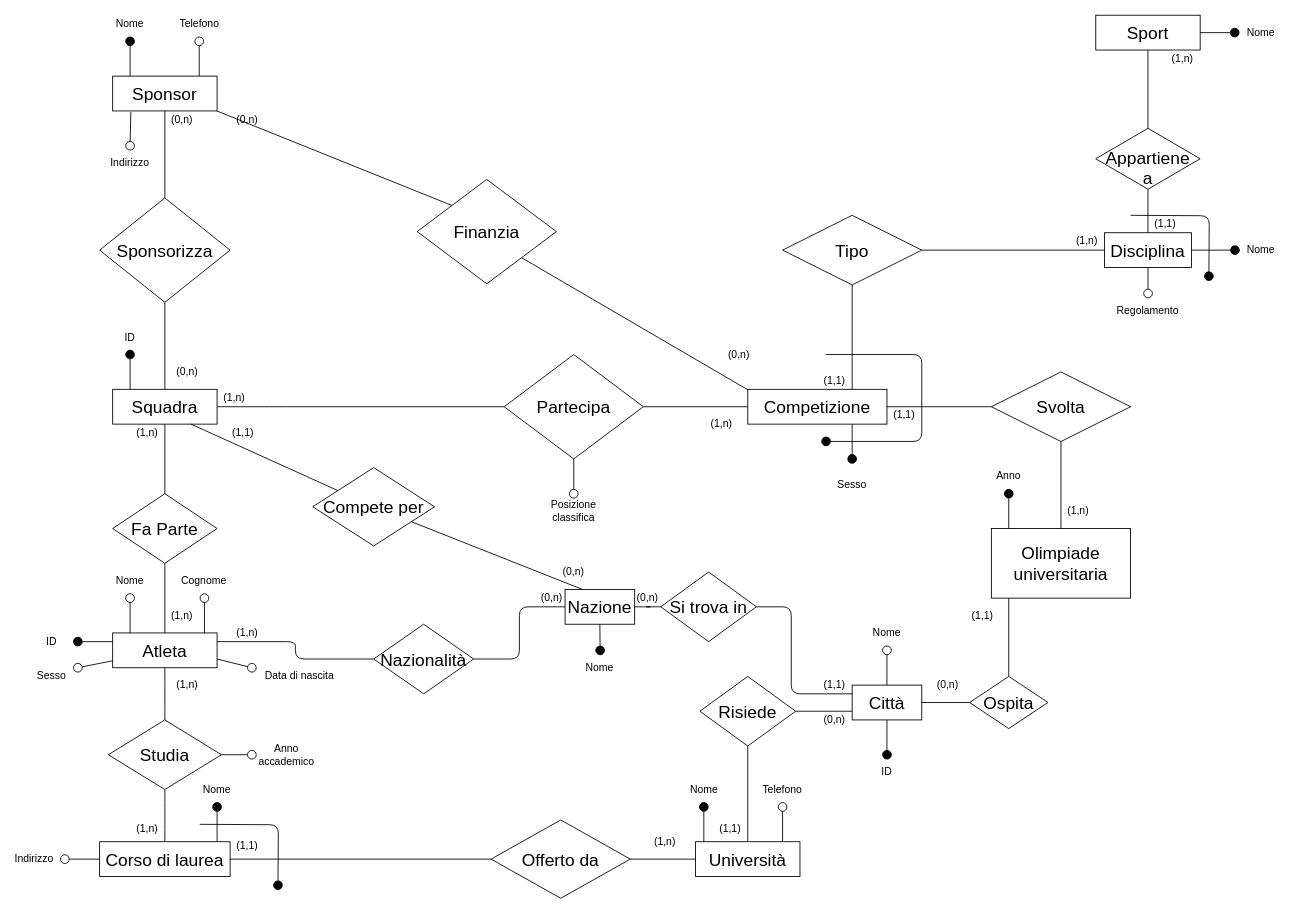
Above: page "Schema E-R ristrutturato" (1 of 7) of Olimpiadi studentesche.drawio in giovannivelludo/database-project (draw.io), before the change. Source tidied: cells renumbered, new cells numbered last; positions are measured from the earlier drawing's top-left corner, leaving out a move shared by most shapes. Both pictures are drawn from the tidied source at 87%, with x=0, y=0 at pixel (17, 15).
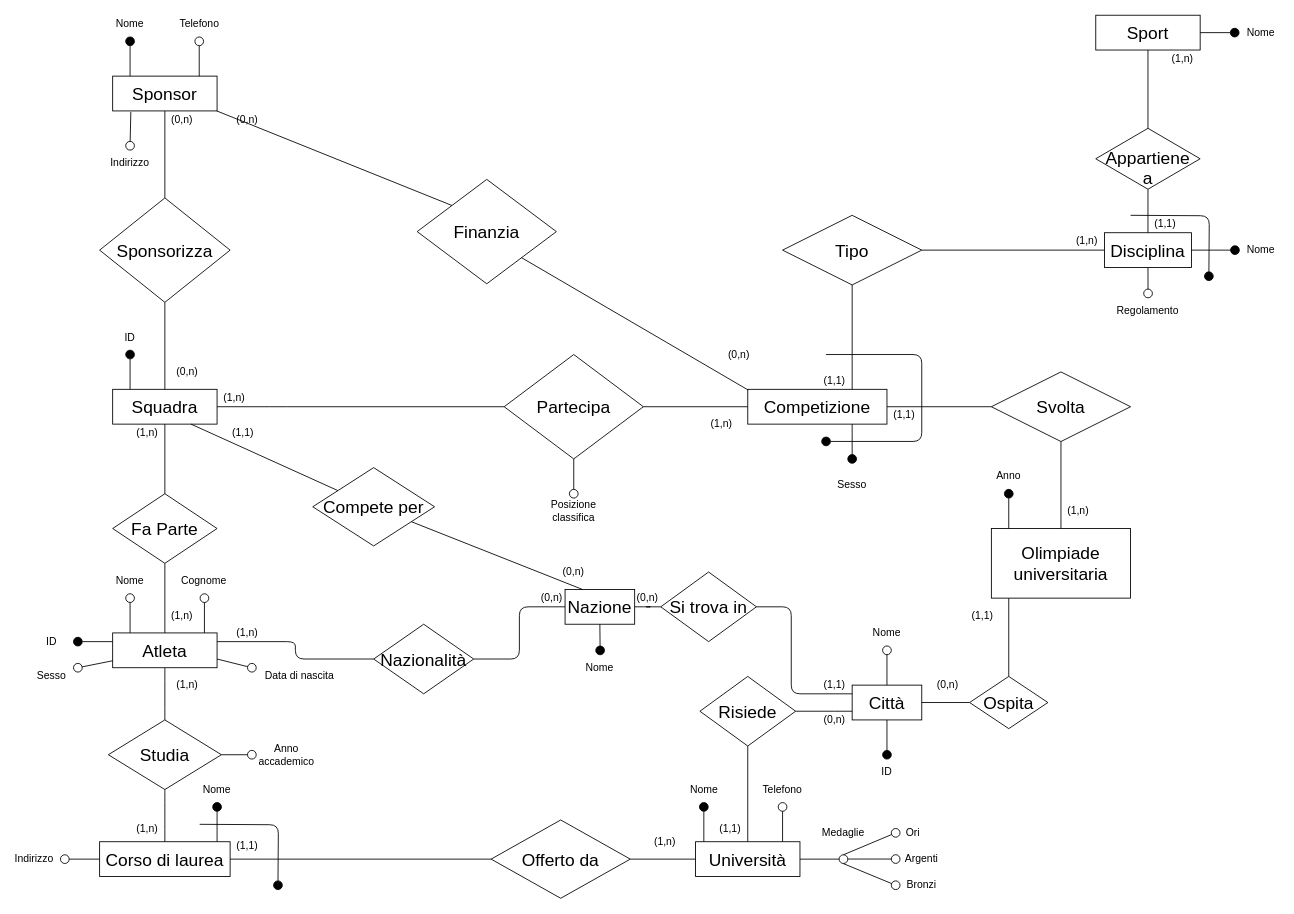
The same page after the edit.

Unchanged cells that the change refers to:
```xml
<mxCell id="23" value="Università" style="rounded=0;whiteSpace=wrap;html=1;fontSize=20;fillColor=none;" parent="1" vertex="1">
  <mxGeometry x="780" y="950" width="120" height="40" as="geometry" />
</mxCell>
```

Diff of the diagram source:
```diff
@@
+    <mxCell id="132" style="edgeStyle=none;rounded=0;jettySize=auto;html=1;exitX=1;exitY=0.5;exitDx=0;exitDy=0;startSize=10;endArrow=oval;endFill=0;endSize=10;" parent="1" edge="1" source="23">
+      <mxGeometry relative="1" as="geometry">
+        <mxPoint x="950" y="970" as="targetPoint" />
+      </mxGeometry>
+    </mxCell>
@@
+    <mxCell id="133" style="edgeStyle=none;rounded=0;orthogonalLoop=1;jettySize=auto;html=1;startSize=10;endArrow=oval;endFill=0;endSize=10;" parent="1" edge="1">
+      <mxGeometry relative="1" as="geometry">
+        <mxPoint x="950" y="965" as="sourcePoint" />
+        <mxPoint x="1010" y="939.8" as="targetPoint" />
+      </mxGeometry>
+    </mxCell>
+    <mxCell id="134" style="edgeStyle=none;rounded=0;orthogonalLoop=1;jettySize=auto;html=1;exitX=1;exitY=0.5;exitDx=0;exitDy=0;startSize=10;endArrow=oval;endFill=0;endSize=10;" parent="1" edge="1">
+      <mxGeometry relative="1" as="geometry">
+        <mxPoint x="955" y="969.9" as="sourcePoint" />
+        <mxPoint x="1010" y="969.9" as="targetPoint" />
+      </mxGeometry>
+    </mxCell>
+    <mxCell id="135" style="edgeStyle=none;rounded=0;orthogonalLoop=1;jettySize=auto;html=1;startSize=10;endArrow=oval;endFill=0;endSize=10;" parent="1" edge="1">
+      <mxGeometry relative="1" as="geometry">
+        <mxPoint x="950" y="975.2" as="sourcePoint" />
+        <mxPoint x="1010" y="1000" as="targetPoint" />
+      </mxGeometry>
+    </mxCell>
+    <mxCell id="136" value="Medaglie" style="text;html=1;align=center;verticalAlign=middle;whiteSpace=wrap;rounded=0;" parent="1" vertex="1">
+      <mxGeometry x="930" y="930" width="40" height="20" as="geometry" />
+    </mxCell>
+    <mxCell id="137" value="Ori" style="text;html=1;align=center;verticalAlign=middle;whiteSpace=wrap;rounded=0;" parent="1" vertex="1">
+      <mxGeometry x="1010" y="930" width="40" height="20" as="geometry" />
+    </mxCell>
+    <mxCell id="138" value="Argenti" style="text;html=1;align=center;verticalAlign=middle;whiteSpace=wrap;rounded=0;" parent="1" vertex="1">
+      <mxGeometry x="1020" y="960" width="40" height="20" as="geometry" />
+    </mxCell>
+    <mxCell id="139" value="Bronzi" style="text;html=1;align=center;verticalAlign=middle;whiteSpace=wrap;rounded=0;" parent="1" vertex="1">
+      <mxGeometry x="1020" y="990" width="40" height="20" as="geometry" />
+    </mxCell>
```
